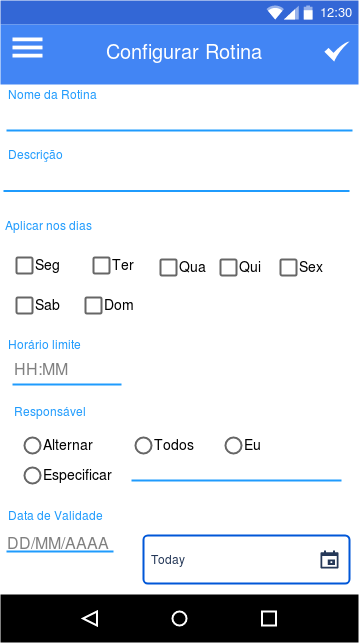
Earlier version of the draw.io export images/telas_criar_rotina.png (AndersonGaspar/docs). Source tidied: cells renumbered, new cells last; positions are measured from the earlier drawing's top-left corner, leaving out a move shared by most shapes. Source of this version:
```xml
<mxGraphModel>
  <root>
    <mxCell id="0" />
    <mxCell id="1" parent="0" />
    <mxCell id="2" style="dashed=0;shape=rect;fillColor=#FFFFFF;strokeColor=none;shadow=0;rounded=0;" parent="1" vertex="1">
      <mxGeometry width="358" height="642" as="geometry" />
    </mxCell>
    <mxCell id="3" value="12:30" style="dashed=0;shape=rect;align=right;fillColor=#3367D6;strokeColor=none;fontColor=#FFFFFF;spacingRight=4;spacingTop=1;fontStyle=0;fontSize=13;" parent="2" vertex="1">
      <mxGeometry width="358" height="24" relative="1" as="geometry" />
    </mxCell>
    <mxCell id="4" style="dashed=0;shape=mxgraph.gmdl.top_bar;strokeColor=none;" parent="3" vertex="1">
      <mxGeometry x="1" y="0.5" width="46" height="14" relative="1" as="geometry">
        <mxPoint x="-92" y="-7" as="offset" />
      </mxGeometry>
    </mxCell>
    <mxCell id="5" value="Configurar Rotina" style="dashed=0;shape=rect;strokeColor=none;fillColor=#4285F4;fontSize=20;fontColor=#FFFFFF;spacingTop=9;verticalAlign=top;align=center;spacingLeft=9;" parent="2" vertex="1">
      <mxGeometry width="358" height="60" relative="1" as="geometry">
        <mxPoint y="24" as="offset" />
      </mxGeometry>
    </mxCell>
    <mxCell id="6" style="dashed=0;shape=rect;strokeColor=none;fillColor=#000000;" parent="2" vertex="1">
      <mxGeometry y="1" width="358" height="48" relative="1" as="geometry">
        <mxPoint y="-48" as="offset" />
      </mxGeometry>
    </mxCell>
    <mxCell id="7" style="dashed=0;shape=mxgraph.gmdl.back;strokeColor=#ffffff;fillColor=#000000;strokeWidth=2;" parent="6" vertex="1">
      <mxGeometry x="0.25" y="0.5" width="14" height="14" relative="1" as="geometry">
        <mxPoint x="-7" y="-7" as="offset" />
      </mxGeometry>
    </mxCell>
    <mxCell id="8" style="shape=ellipse;strokeColor=#ffffff;fillColor=#000000;strokeWidth=2;" parent="6" vertex="1">
      <mxGeometry x="0.5" y="0.5" width="14" height="14" relative="1" as="geometry">
        <mxPoint x="-7" y="-7" as="offset" />
      </mxGeometry>
    </mxCell>
    <mxCell id="9" style="shape=rect;strokeColor=#ffffff;fillColor=#000000;strokeWidth=2;" parent="6" vertex="1">
      <mxGeometry x="0.75" y="0.5" width="14" height="14" relative="1" as="geometry">
        <mxPoint x="-7" y="-7" as="offset" />
      </mxGeometry>
    </mxCell>
    <mxCell id="10" value="Nome da Rotina" style="text;fontColor=#1F9BFD;fontSize=12;verticalAlign=middle;strokeColor=none;fillColor=none;rounded=0;shadow=0;align=left;" parent="2" vertex="1">
      <mxGeometry x="6" y="80" width="346" height="30" as="geometry" />
    </mxCell>
    <mxCell id="11" value="Input text" style="text;fontColor=#ffffff;fontSize=16;verticalAlign=middle;strokeColor=none;fillColor=none;rounded=0;shadow=0;align=center;" parent="2" vertex="1">
      <mxGeometry x="6" y="100" width="346" height="30" as="geometry" />
    </mxCell>
    <mxCell id="12" style="dashed=0;shape=line;strokeWidth=2;noLabel=1;strokeColor=#1F9BFD;rounded=0;shadow=0;fillColor=#4285F4;align=center;" parent="2" vertex="1">
      <mxGeometry x="6" y="125" width="346" height="10" as="geometry" />
    </mxCell>
    <mxCell id="13" value="Descrição" style="text;fontColor=#1F9BFD;fontSize=12;verticalAlign=middle;strokeColor=none;fillColor=none;rounded=0;shadow=0;align=left;" parent="2" vertex="1">
      <mxGeometry x="6" y="140" width="346" height="30" as="geometry" />
    </mxCell>
    <mxCell id="14" value="Today" style="rounded=1;arcSize=9;fillColor=#ffffff;align=left;spacingLeft=5;strokeColor=#0057D8;html=1;strokeWidth=2;fontColor=#253858;fontSize=12;shadow=0;" parent="2" vertex="1">
      <mxGeometry x="143" y="535" width="206" height="48" as="geometry" />
    </mxCell>
    <mxCell id="15" style="shape=mxgraph.gmdl.calendar;fillColor=#253858;strokeColor=none;" parent="14" vertex="1">
      <mxGeometry x="1" y="0.5" width="18" height="18" relative="1" as="geometry">
        <mxPoint x="-29" y="-9" as="offset" />
      </mxGeometry>
    </mxCell>
    <mxCell id="16" style="dashed=0;shape=line;strokeWidth=2;noLabel=1;strokeColor=#1F9BFD;rounded=0;shadow=0;fillColor=#4285F4;align=center;" parent="14" vertex="1">
      <mxGeometry x="-137" y="11" width="107" height="10" as="geometry" />
    </mxCell>
    <mxCell id="17" value="DD/MM/AAAA" style="text;fontColor=#808080;fontSize=16;verticalAlign=middle;strokeColor=none;fillColor=none;opacity=50;rounded=0;shadow=0;align=left;" parent="14" vertex="1">
      <mxGeometry x="-138" y="-7" width="80" height="30" as="geometry" />
    </mxCell>
    <mxCell id="18" value="Seg" style="dashed=0;labelPosition=right;align=left;shape=mxgraph.gmdl.checkbox;strokeColor=#666666;fillColor=none;strokeWidth=2;labelBackgroundColor=none;fontSize=14;" parent="2" vertex="1">
      <mxGeometry x="16" y="257" width="16" height="16" as="geometry" />
    </mxCell>
    <mxCell id="19" value="Aplicar nos dias" style="text;fontColor=#1F9BFD;fontSize=12;verticalAlign=middle;strokeColor=none;fillColor=none;rounded=0;shadow=0;align=left;" parent="2" vertex="1">
      <mxGeometry x="3" y="211" width="346" height="30" as="geometry" />
    </mxCell>
    <mxCell id="20" value="Ter" style="dashed=0;labelPosition=right;align=left;shape=mxgraph.gmdl.checkbox;strokeColor=#666666;fillColor=none;strokeWidth=2;labelBackgroundColor=none;fontSize=14;" parent="2" vertex="1">
      <mxGeometry x="93" y="257" width="16" height="16" as="geometry" />
    </mxCell>
    <mxCell id="21" value="Qua" style="dashed=0;labelPosition=right;align=left;shape=mxgraph.gmdl.checkbox;strokeColor=#666666;fillColor=none;strokeWidth=2;labelBackgroundColor=none;fontSize=14;" parent="2" vertex="1">
      <mxGeometry x="160" y="259" width="16" height="16" as="geometry" />
    </mxCell>
    <mxCell id="22" value="Qui" style="dashed=0;labelPosition=right;align=left;shape=mxgraph.gmdl.checkbox;strokeColor=#666666;fillColor=none;strokeWidth=2;labelBackgroundColor=none;fontSize=14;" parent="2" vertex="1">
      <mxGeometry x="220" y="259" width="16" height="16" as="geometry" />
    </mxCell>
    <mxCell id="23" value="Sex" style="dashed=0;labelPosition=right;align=left;shape=mxgraph.gmdl.checkbox;strokeColor=#666666;fillColor=none;strokeWidth=2;labelBackgroundColor=none;fontSize=14;" parent="2" vertex="1">
      <mxGeometry x="280" y="259" width="16" height="16" as="geometry" />
    </mxCell>
    <mxCell id="24" value="Horário limite" style="text;fontColor=#1F9BFD;fontSize=12;verticalAlign=middle;strokeColor=none;fillColor=none;rounded=0;shadow=0;align=left;" parent="2" vertex="1">
      <mxGeometry x="6" y="329.5" width="346" height="30" as="geometry" />
    </mxCell>
    <mxCell id="25" value="Sab" style="dashed=0;labelPosition=right;align=left;shape=mxgraph.gmdl.checkbox;strokeColor=#666666;fillColor=none;strokeWidth=2;labelBackgroundColor=none;fontSize=14;" parent="2" vertex="1">
      <mxGeometry x="16" y="297" width="16" height="16" as="geometry" />
    </mxCell>
    <mxCell id="26" value="Dom" style="dashed=0;labelPosition=right;align=left;shape=mxgraph.gmdl.checkbox;strokeColor=#666666;fillColor=none;strokeWidth=2;labelBackgroundColor=none;fontSize=14;" parent="2" vertex="1">
      <mxGeometry x="85" y="297" width="16" height="16" as="geometry" />
    </mxCell>
    <mxCell id="27" style="dashed=0;shape=line;strokeWidth=2;noLabel=1;strokeColor=#1F9BFD;rounded=0;shadow=0;fillColor=#4285F4;align=center;" parent="2" vertex="1">
      <mxGeometry x="12" y="379" width="109" height="10" as="geometry" />
    </mxCell>
    <mxCell id="28" value="Responsável" style="text;fontColor=#1F9BFD;fontSize=12;verticalAlign=middle;strokeColor=none;fillColor=none;rounded=0;shadow=0;align=left;" parent="2" vertex="1">
      <mxGeometry x="12" y="397" width="346" height="30" as="geometry" />
    </mxCell>
    <mxCell id="29" value="Alternar" style="dashed=0;labelPosition=right;align=left;shape=mxgraph.gmdl.radiobutton;strokeColor=#666666;fillColor=none;strokeWidth=2;labelBackgroundColor=none;fontSize=14;" parent="2" vertex="1">
      <mxGeometry x="24" y="437" width="16" height="16" as="geometry" />
    </mxCell>
    <mxCell id="30" value="Todos" style="dashed=0;labelPosition=right;align=left;shape=mxgraph.gmdl.radiobutton;strokeColor=#666666;fillColor=none;strokeWidth=2;labelBackgroundColor=none;fontSize=14;" parent="2" vertex="1">
      <mxGeometry x="135" y="437" width="16" height="16" as="geometry" />
    </mxCell>
    <mxCell id="31" value="Especificar" style="dashed=0;labelPosition=right;align=left;shape=mxgraph.gmdl.radiobutton;strokeColor=#666666;fillColor=none;strokeWidth=2;labelBackgroundColor=none;fontSize=14;" parent="2" vertex="1">
      <mxGeometry x="24" y="467" width="16" height="16" as="geometry" />
    </mxCell>
    <mxCell id="32" style="dashed=0;shape=line;strokeWidth=2;noLabel=1;strokeColor=#1F9BFD;rounded=0;shadow=0;fillColor=#4285F4;align=center;" parent="2" vertex="1">
      <mxGeometry x="131" y="475" width="210" height="10" as="geometry" />
    </mxCell>
    <mxCell id="33" value="Data de Validade" style="text;fontColor=#1F9BFD;fontSize=12;verticalAlign=middle;strokeColor=none;fillColor=none;rounded=0;shadow=0;align=left;" parent="2" vertex="1">
      <mxGeometry x="6" y="501" width="346" height="30" as="geometry" />
    </mxCell>
    <mxCell id="34" value="Eu" style="dashed=0;labelPosition=right;align=left;shape=mxgraph.gmdl.radiobutton;strokeColor=#666666;fillColor=none;strokeWidth=2;labelBackgroundColor=none;fontSize=14;" parent="2" vertex="1">
      <mxGeometry x="225" y="437" width="16" height="16" as="geometry" />
    </mxCell>
    <mxCell id="35" style="dashed=0;shape=mxgraph.gmdl.preferences;strokeColor=none;fillColor=#ffffff;" parent="2" vertex="1">
      <mxGeometry x="12" y="37" width="30" height="20" as="geometry">
        <mxPoint x="10" y="26" as="offset" />
      </mxGeometry>
    </mxCell>
    <mxCell id="36" style="html=1;strokeColor=none;shadow=0;align=center;verticalAlign=top;fillColor=#FFFFFF;shape=mxgraph.gcp2.check;" parent="2" vertex="1">
      <mxGeometry x="324" y="41" width="25" height="20" as="geometry" />
    </mxCell>
    <mxCell id="37" value="HH:MM" style="text;fontColor=#808080;fontSize=16;verticalAlign=middle;strokeColor=none;fillColor=none;opacity=50;rounded=0;shadow=0;align=left;" parent="1" vertex="1">
      <mxGeometry x="12" y="354" width="80" height="30" as="geometry" />
    </mxCell>
    <mxCell id="38" style="dashed=0;shape=line;strokeWidth=2;noLabel=1;strokeColor=#1F9BFD;rounded=0;shadow=0;fillColor=#4285F4;align=center;" parent="1" vertex="1">
      <mxGeometry x="3" y="185.5" width="346" height="10" as="geometry" />
    </mxCell>
  </root>
</mxGraphModel>
```
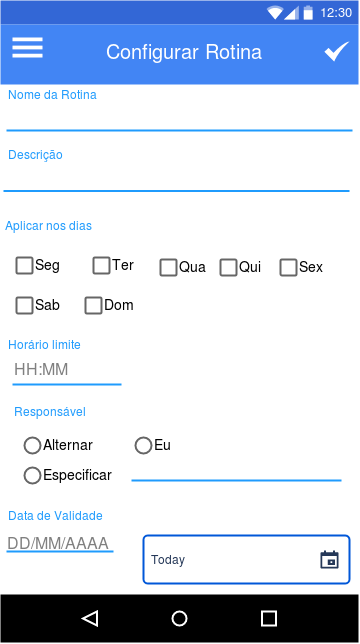
After the commit.

Commit message:
atualizando telas do app

The edit, as a diff of the source:
```diff
@@ -100,9 +100,6 @@
     <mxCell id="29" value="Alternar" style="dashed=0;labelPosition=right;align=left;shape=mxgraph.gmdl.radiobutton;strokeColor=#666666;fillColor=none;strokeWidth=2;labelBackgroundColor=none;fontSize=14;" parent="2" vertex="1">
       <mxGeometry x="24" y="437" width="16" height="16" as="geometry" />
     </mxCell>
-    <mxCell id="30" value="Todos" style="dashed=0;labelPosition=right;align=left;shape=mxgraph.gmdl.radiobutton;strokeColor=#666666;fillColor=none;strokeWidth=2;labelBackgroundColor=none;fontSize=14;" parent="2" vertex="1">
-      <mxGeometry x="135" y="437" width="16" height="16" as="geometry" />
-    </mxCell>
     <mxCell id="31" value="Especificar" style="dashed=0;labelPosition=right;align=left;shape=mxgraph.gmdl.radiobutton;strokeColor=#666666;fillColor=none;strokeWidth=2;labelBackgroundColor=none;fontSize=14;" parent="2" vertex="1">
       <mxGeometry x="24" y="467" width="16" height="16" as="geometry" />
     </mxCell>
@@ -113,7 +110,7 @@
       <mxGeometry x="6" y="501" width="346" height="30" as="geometry" />
     </mxCell>
     <mxCell id="34" value="Eu" style="dashed=0;labelPosition=right;align=left;shape=mxgraph.gmdl.radiobutton;strokeColor=#666666;fillColor=none;strokeWidth=2;labelBackgroundColor=none;fontSize=14;" parent="2" vertex="1">
-      <mxGeometry x="225" y="437" width="16" height="16" as="geometry" />
+      <mxGeometry x="135" y="437" width="16" height="16" as="geometry" />
     </mxCell>
     <mxCell id="35" style="dashed=0;shape=mxgraph.gmdl.preferences;strokeColor=none;fillColor=#ffffff;" parent="2" vertex="1">
       <mxGeometry x="12" y="37" width="30" height="20" as="geometry">
```
